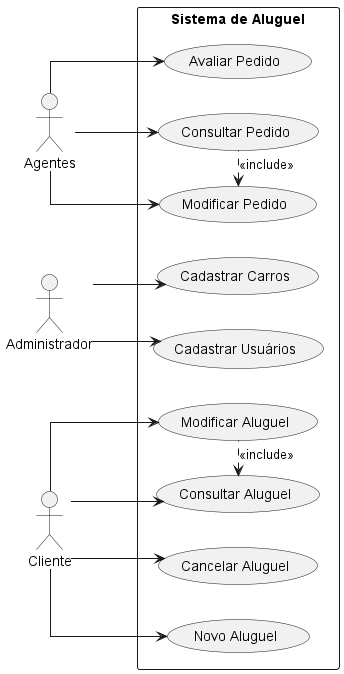
Before: projeto/Prints/UserCaseDiagram.png, a diagram exported from PlantUML (PhilippeVieira/AluguelCarros-LDS).
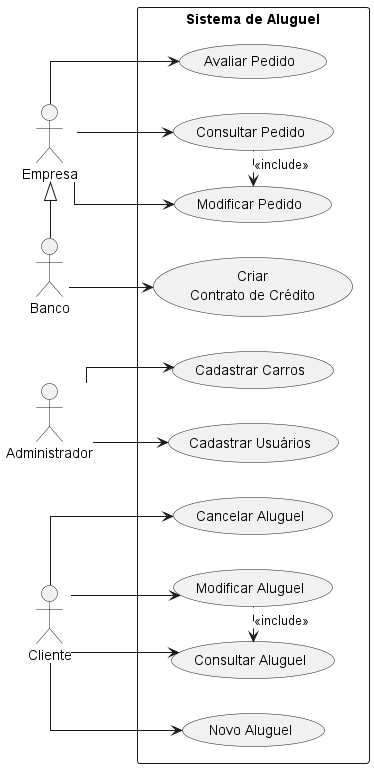
Above is the later version.

Commit message:
ALT UserCaseDiagram

- Alteração do diagrama de caso de uso

The edit, as a diff of the source:
```diff
@@ -4,8 +4,8 @@
 
 actor "Administrador" as admin
 actor "Cliente" as cliente
-actor "Agentes" as agentes
-
+actor "Empresa" as empresa
+actor "Banco" as banco
 
 rectangle "Sistema de Aluguel" {
     usecase "Cadastrar Usuários" as uc0
@@ -18,8 +18,12 @@
     usecase "Consultar Pedido" as uc6
     usecase "Modificar Pedido" as uc7
     usecase "Avaliar Pedido" as uc8
+    usecase "Criar\nContrato de Crédito" as uc9
 
 }
+
+banco -left-|> empresa
+banco -> uc9
 
 admin --> uc0
 admin --> uc1
@@ -30,9 +34,9 @@
 cliente --> uc5
 uc4 .left.> uc3 :<<include>>
 
-agentes --> uc6
-agentes --> uc7
-agentes -> uc8
+empresa --> uc6
+empresa --> uc7
+empresa --> uc8
 uc6 .left.> uc7 :<<include>>
 
 @enduml
```
